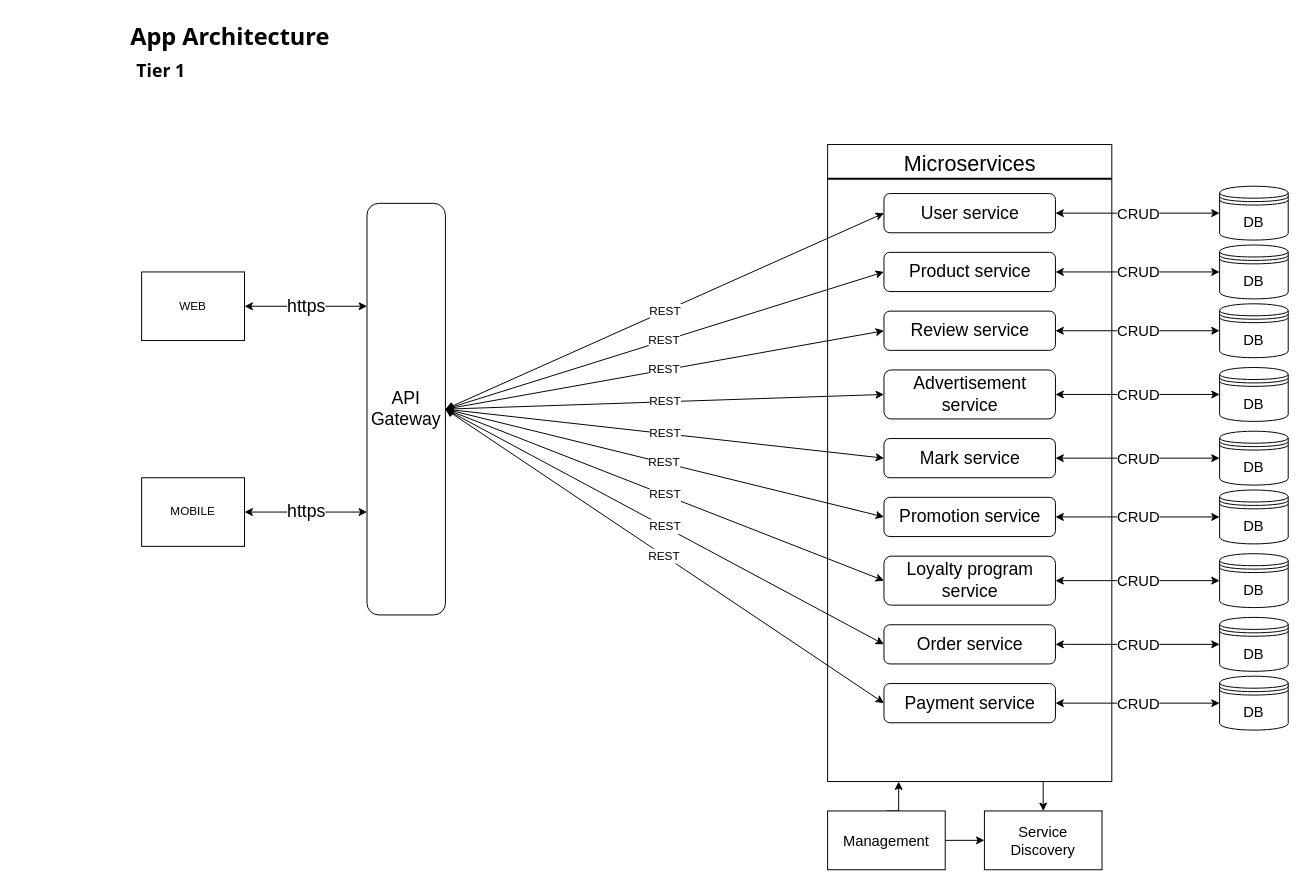
Essed/Architecture keeps this draw.io diagram as App Architecture/Architecture T1.drawio. Above is the earlier version. Source tidied: cells renumbered, new cells numbered last; positions are measured from the earlier drawing's top-left corner, leaving out a move shared by most shapes. Both pictures are drawn from the tidied source at 98%, with x=0, y=0 at pixel (122, 17).
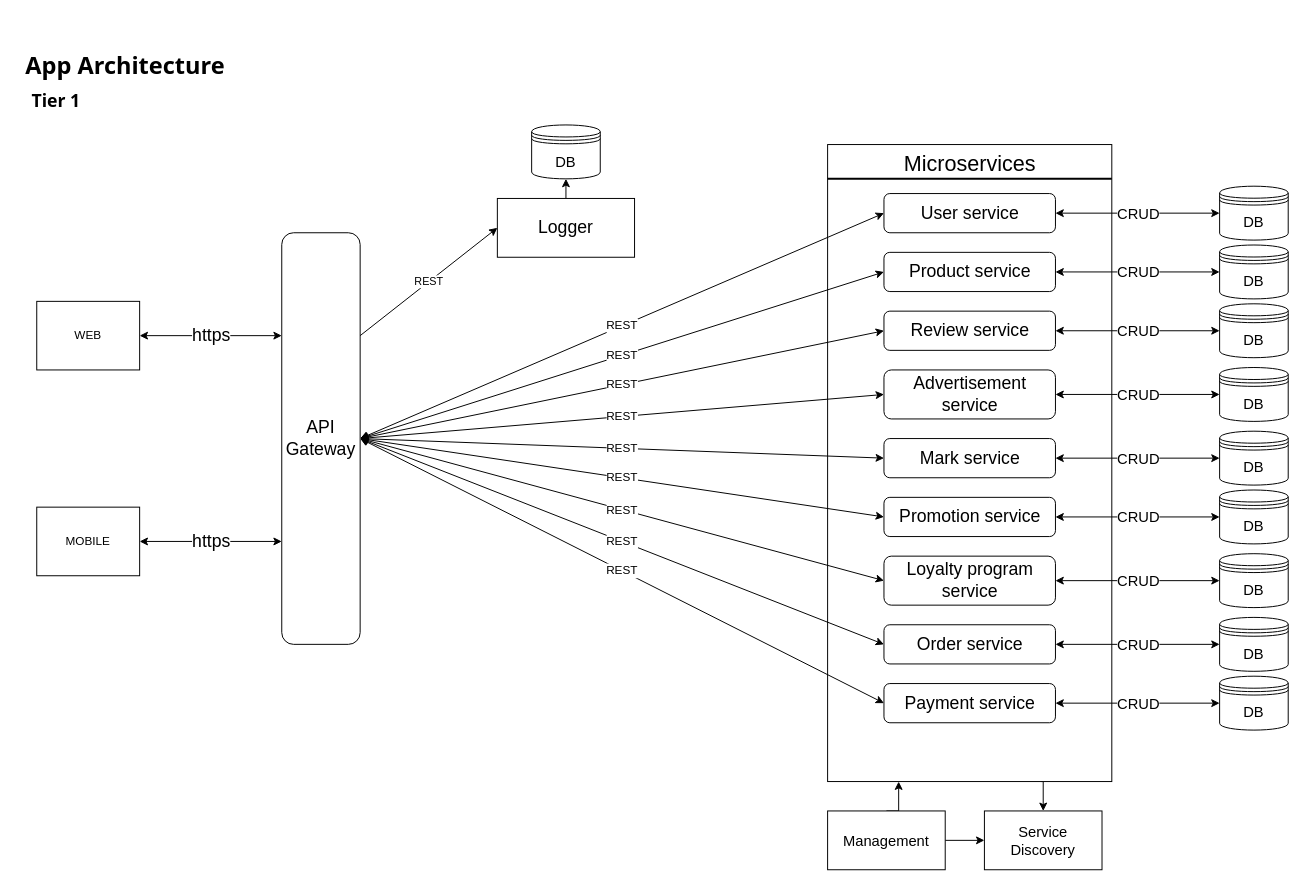
After the change.

The change refers to these unchanged cells:
```xml
<mxCell id="17" value="Review service" style="rounded=1;whiteSpace=wrap;html=1;fontFamily=Helvetica;fontSize=18;" parent="1" vertex="1">
  <mxGeometry x="777.5" y="300" width="175" height="40" as="geometry" />
</mxCell>
<mxCell id="19" value="Advertisement service" style="rounded=1;whiteSpace=wrap;html=1;fontFamily=Helvetica;fontSize=18;" parent="1" vertex="1">
  <mxGeometry x="777.5" y="360" width="175" height="50" as="geometry" />
</mxCell>
```

Change to the diagram source:
```diff
@@
     <mxCell id="2" value="WEB" style="rounded=0;whiteSpace=wrap;html=1;" parent="1" vertex="1">
-      <mxGeometry x="20" y="260" width="105" height="70" as="geometry" />
+      <mxGeometry x="-87" y="290" width="105" height="70" as="geometry" />
     </mxCell>
     <mxCell id="3" value="&lt;b style=&quot;line-height: 1;&quot;&gt;Tier 1&lt;/b&gt;" style="text;html=1;strokeColor=none;fillColor=none;align=center;verticalAlign=middle;whiteSpace=wrap;rounded=0;fontSize=18;fontFamily=Tahoma;" parent="1" vertex="1">
-      <mxGeometry x="10" y="30" width="60" height="50" as="geometry" />
+      <mxGeometry x="-97" y="60" width="60" height="50" as="geometry" />
     </mxCell>
     <mxCell id="4" value="API&lt;br&gt;Gateway" style="rounded=1;whiteSpace=wrap;html=1;fontSize=18;" parent="1" vertex="1">
-      <mxGeometry x="250" y="190" width="80" height="420" as="geometry" />
+      <mxGeometry x="163" y="220" width="80" height="420" as="geometry" />
     </mxCell>
@@
     <mxCell id="6" value="MOBILE" style="rounded=0;whiteSpace=wrap;html=1;" parent="1" vertex="1">
-      <mxGeometry x="20" y="470" width="105" height="70" as="geometry" />
+      <mxGeometry x="-87" y="500" width="105" height="70" as="geometry" />
     </mxCell>
@@
     <mxCell id="11" value="App Architecture" style="text;strokeColor=none;fillColor=none;html=1;fontSize=24;fontStyle=1;verticalAlign=middle;align=center;fontFamily=Tahoma;" parent="1" vertex="1">
-      <mxGeometry width="220" height="40" as="geometry" />
+      <mxGeometry x="-107" y="30" width="220" height="40" as="geometry" />
     </mxCell>
@@
-    <mxCell id="18" value="REST" style="endArrow=classic;startArrow=classic;html=1;rounded=0;fontFamily=Helvetica;fontSize=12;entryX=0;entryY=0.5;entryDx=0;entryDy=0;" parent="1" edge="1" target="17">
-      <mxGeometry relative="1" as="geometry">
-        <mxPoint x="330" y="400" as="sourcePoint" />
-      </mxGeometry>
+    <mxCell id="18" value="REST" style="endArrow=classic;startArrow=classic;html=1;rounded=0;fontFamily=Helvetica;fontSize=12;entryX=0;entryY=0.5;entryDx=0;entryDy=0;exitX=1;exitY=0.5;exitDx=0;exitDy=0;" parent="1" edge="1" source="4" target="17">
+      <mxGeometry relative="1" as="geometry" />
     </mxCell>
@@
-    <mxCell id="20" value="REST" style="endArrow=classic;startArrow=classic;html=1;rounded=0;fontFamily=Helvetica;fontSize=12;entryX=0;entryY=0.5;entryDx=0;entryDy=0;" parent="1" edge="1" target="19">
-      <mxGeometry relative="1" as="geometry">
-        <mxPoint x="330" y="400" as="sourcePoint" />
-      </mxGeometry>
+    <mxCell id="20" value="REST" style="endArrow=classic;startArrow=classic;html=1;rounded=0;fontFamily=Helvetica;fontSize=12;entryX=0;entryY=0.5;entryDx=0;entryDy=0;exitX=1;exitY=0.5;exitDx=0;exitDy=0;" parent="1" edge="1" source="4" target="19">
+      <mxGeometry relative="1" as="geometry" />
     </mxCell>
@@
+    <mxCell id="53" style="edgeStyle=orthogonalEdgeStyle;rounded=0;jettySize=auto;html=1;exitX=0.5;exitY=0;exitDx=0;exitDy=0;entryX=0.5;entryY=1;entryDx=0;entryDy=0;" parent="1" edge="1" source="54" target="56">
+      <mxGeometry relative="1" as="geometry" />
+    </mxCell>
+    <mxCell id="54" value="&lt;span style=&quot;font-size: 18px;&quot;&gt;Logger&lt;/span&gt;" style="rounded=0;whiteSpace=wrap;html=1;fillColor=default;" parent="1" vertex="1">
+      <mxGeometry x="383" y="185" width="140" height="60" as="geometry" />
+    </mxCell>
+    <mxCell id="55" value="REST" style="endArrow=classic;html=1;rounded=0;exitX=1;exitY=0.25;exitDx=0;exitDy=0;entryX=0;entryY=0.5;entryDx=0;entryDy=0;" parent="1" edge="1" source="4" target="54">
+      <mxGeometry relative="1" as="geometry" />
+    </mxCell>
+    <mxCell id="56" value="DB" style="shape=datastore;whiteSpace=wrap;html=1;fontFamily=Helvetica;fontSize=15;" parent="1" vertex="1">
+      <mxGeometry x="418" y="110" width="70" height="55" as="geometry" />
+    </mxCell>
```
